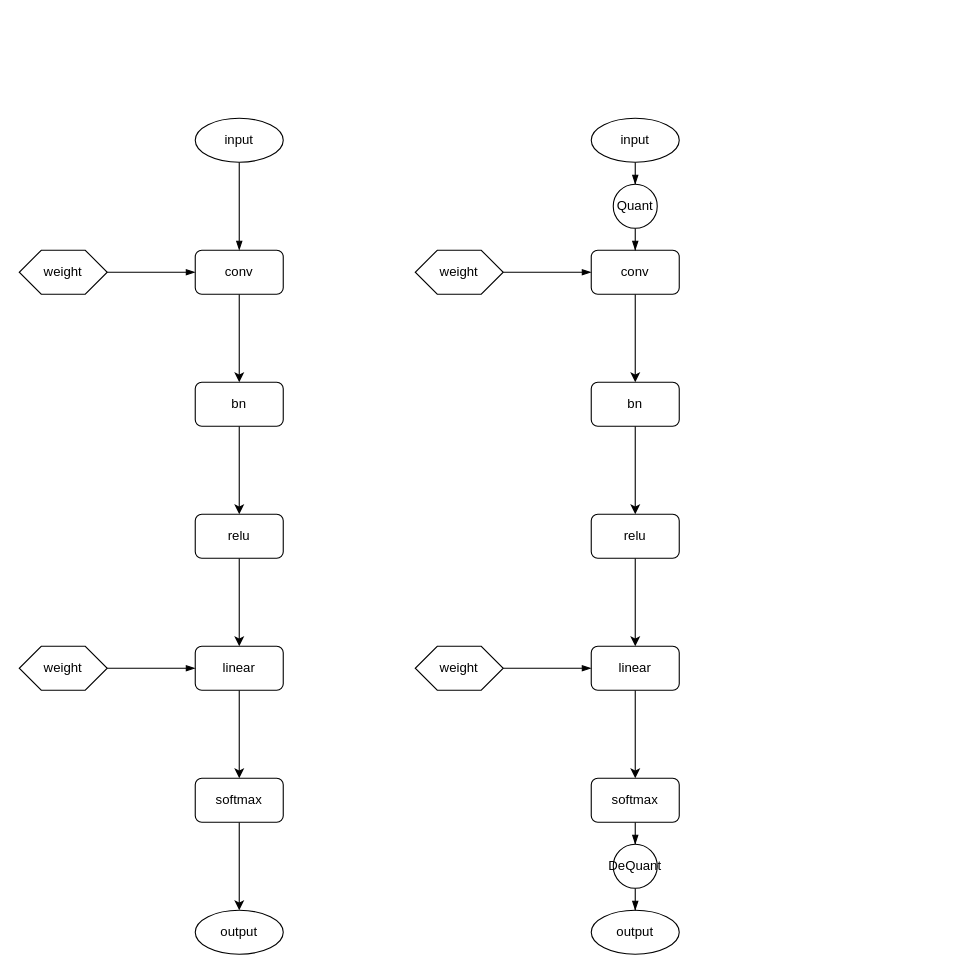
This is torch/QAT_Model_Flow.drawio from alanzhai219/dive_into_framework, a draw.io file, before an edit. Source tidied: cells renumbered, new cells numbered last; positions are measured from the earlier drawing's top-left corner, leaving out a move shared by most shapes. Both pictures are drawn from the tidied source at 110%, with x=0, y=0 at pixel (19, 118).
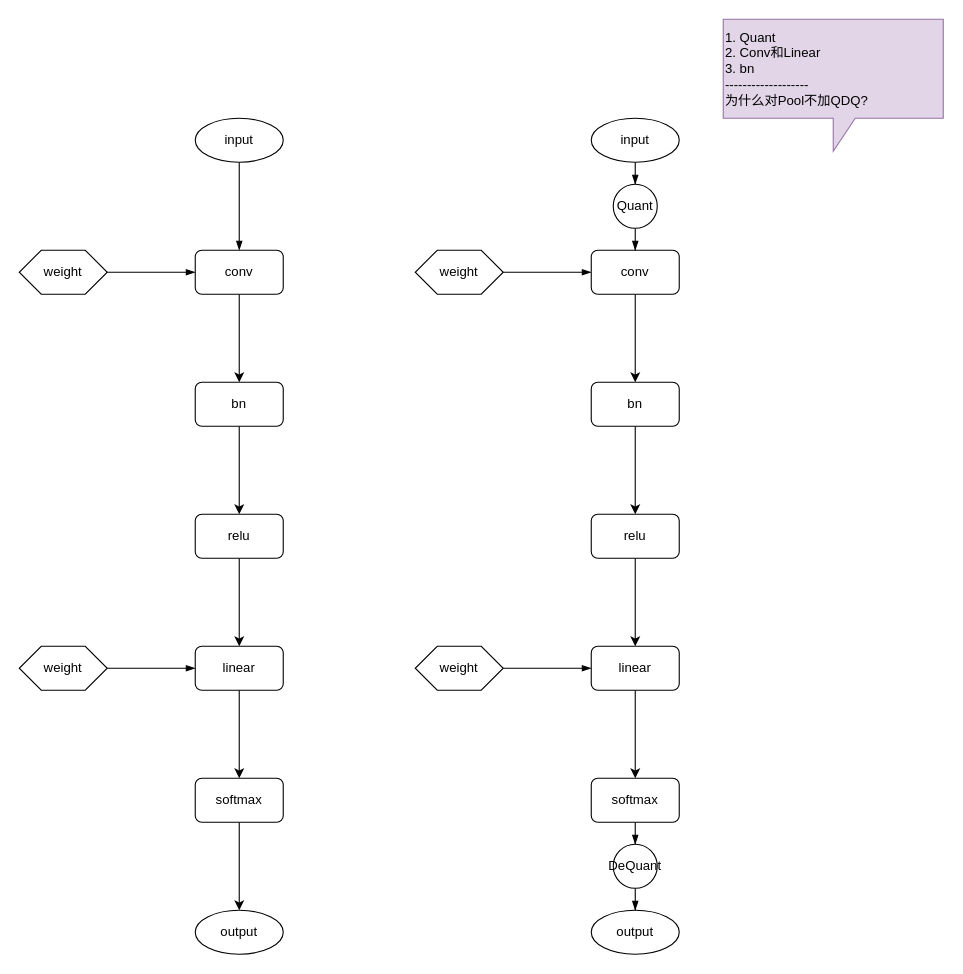
The same diagram, later.

Diff of the diagram source:
```diff
@@
+    <mxCell id="40" value="1. Quant&lt;br&gt;2. Conv和Linear&lt;br&gt;3. bn&lt;br&gt;-------------------&lt;br&gt;为什么对Pool不加QDQ?" style="shape=callout;whiteSpace=wrap;html=1;perimeter=calloutPerimeter;align=left;fillColor=#e1d5e7;strokeColor=#9673a6;" parent="1" vertex="1">
+      <mxGeometry x="640" y="-90" width="200" height="120" as="geometry" />
+    </mxCell>
```
